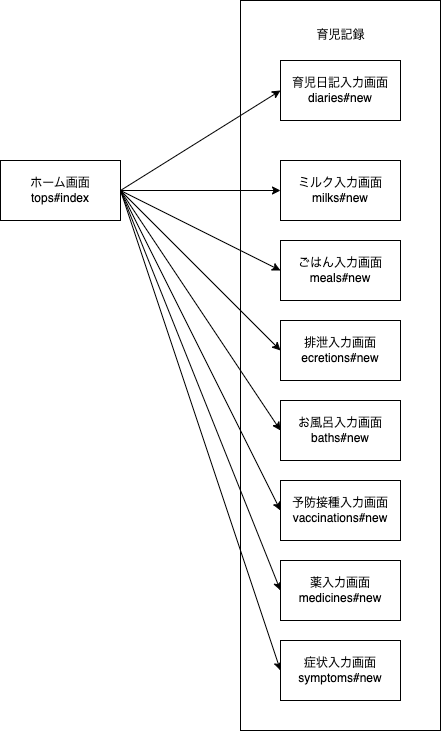
Before: screen_transition_diagram.drawio.png, a diagram exported from draw.io (piroriki/rails_portfolio). Source tidied: cells renumbered, new cells last; positions are measured from the earlier drawing's top-left corner, leaving out a move shared by most shapes. Source of this version:
```xml
<mxGraphModel>
  <root>
    <mxCell id="0" />
    <mxCell id="1" parent="0" />
    <mxCell id="2" style="rounded=0;whiteSpace=wrap;html=1;align=center;" parent="1" vertex="1">
      <mxGeometry x="240" width="200" height="730" as="geometry" />
    </mxCell>
    <mxCell id="3" style="edgeStyle=none;html=1;exitX=1;exitY=0.5;exitDx=0;exitDy=0;entryX=0;entryY=0.5;entryDx=0;entryDy=0;" parent="1" edge="1" source="11" target="19">
      <mxGeometry relative="1" as="geometry" />
    </mxCell>
    <mxCell id="4" style="edgeStyle=none;html=1;exitX=1;exitY=0.5;exitDx=0;exitDy=0;entryX=0;entryY=0.5;entryDx=0;entryDy=0;" parent="1" edge="1" source="11" target="12">
      <mxGeometry relative="1" as="geometry" />
    </mxCell>
    <mxCell id="5" style="edgeStyle=none;html=1;exitX=1;exitY=0.5;exitDx=0;exitDy=0;entryX=0;entryY=0.5;entryDx=0;entryDy=0;" parent="1" edge="1" source="11" target="13">
      <mxGeometry relative="1" as="geometry" />
    </mxCell>
    <mxCell id="6" style="edgeStyle=none;html=1;exitX=1;exitY=0.5;exitDx=0;exitDy=0;entryX=0;entryY=0.5;entryDx=0;entryDy=0;" parent="1" edge="1" source="11" target="14">
      <mxGeometry relative="1" as="geometry" />
    </mxCell>
    <mxCell id="7" style="edgeStyle=none;html=1;exitX=1;exitY=0.5;exitDx=0;exitDy=0;entryX=0;entryY=0.5;entryDx=0;entryDy=0;" parent="1" edge="1" source="11" target="15">
      <mxGeometry relative="1" as="geometry" />
    </mxCell>
    <mxCell id="8" style="edgeStyle=none;html=1;exitX=1;exitY=0.5;exitDx=0;exitDy=0;entryX=0;entryY=0.5;entryDx=0;entryDy=0;" parent="1" edge="1" source="11" target="16">
      <mxGeometry relative="1" as="geometry" />
    </mxCell>
    <mxCell id="9" style="edgeStyle=none;html=1;exitX=1;exitY=0.5;exitDx=0;exitDy=0;entryX=0;entryY=0.5;entryDx=0;entryDy=0;" parent="1" edge="1" source="11" target="17">
      <mxGeometry relative="1" as="geometry" />
    </mxCell>
    <mxCell id="10" style="edgeStyle=none;html=1;exitX=1;exitY=0.5;exitDx=0;exitDy=0;entryX=0;entryY=0.5;entryDx=0;entryDy=0;" parent="1" edge="1" source="11" target="18">
      <mxGeometry relative="1" as="geometry" />
    </mxCell>
    <mxCell id="11" value="ホーム画面&lt;br&gt;tops#index" style="rounded=0;whiteSpace=wrap;html=1;" parent="1" vertex="1">
      <mxGeometry y="160" width="120" height="60" as="geometry" />
    </mxCell>
    <mxCell id="12" value="ミルク入力画面&lt;br&gt;milks#new" style="rounded=0;whiteSpace=wrap;html=1;" parent="1" vertex="1">
      <mxGeometry x="280" y="160" width="120" height="60" as="geometry" />
    </mxCell>
    <mxCell id="13" value="ごはん入力画面&lt;br&gt;meals#new" style="rounded=0;whiteSpace=wrap;html=1;" parent="1" vertex="1">
      <mxGeometry x="280" y="240" width="120" height="60" as="geometry" />
    </mxCell>
    <mxCell id="14" value="排泄入力画面&lt;br&gt;ecretions#new" style="rounded=0;whiteSpace=wrap;html=1;" parent="1" vertex="1">
      <mxGeometry x="280" y="320" width="120" height="60" as="geometry" />
    </mxCell>
    <mxCell id="15" value="お風呂入力画面baths#new" style="rounded=0;whiteSpace=wrap;html=1;" parent="1" vertex="1">
      <mxGeometry x="280" y="400" width="120" height="60" as="geometry" />
    </mxCell>
    <mxCell id="16" value="予防接種入力画面&lt;br&gt;vaccinations#new" style="rounded=0;whiteSpace=wrap;html=1;" parent="1" vertex="1">
      <mxGeometry x="280" y="480" width="120" height="60" as="geometry" />
    </mxCell>
    <mxCell id="17" value="薬入力画面&lt;br&gt;medicines#new" style="rounded=0;whiteSpace=wrap;html=1;" parent="1" vertex="1">
      <mxGeometry x="280" y="560" width="120" height="60" as="geometry" />
    </mxCell>
    <mxCell id="18" value="症状入力画面&lt;br&gt;symptoms#new" style="rounded=0;whiteSpace=wrap;html=1;" parent="1" vertex="1">
      <mxGeometry x="280" y="640" width="120" height="60" as="geometry" />
    </mxCell>
    <mxCell id="19" value="育児日記入力画面&lt;br&gt;diaries#new" style="rounded=0;whiteSpace=wrap;html=1;" parent="1" vertex="1">
      <mxGeometry x="280" y="60" width="120" height="60" as="geometry" />
    </mxCell>
    <mxCell id="20" value="育児記録" style="text;html=1;align=center;verticalAlign=middle;strokeColor=none;fillColor=none;" parent="1" vertex="1">
      <mxGeometry x="305" y="20" width="70" height="30" as="geometry" />
    </mxCell>
  </root>
</mxGraphModel>
```
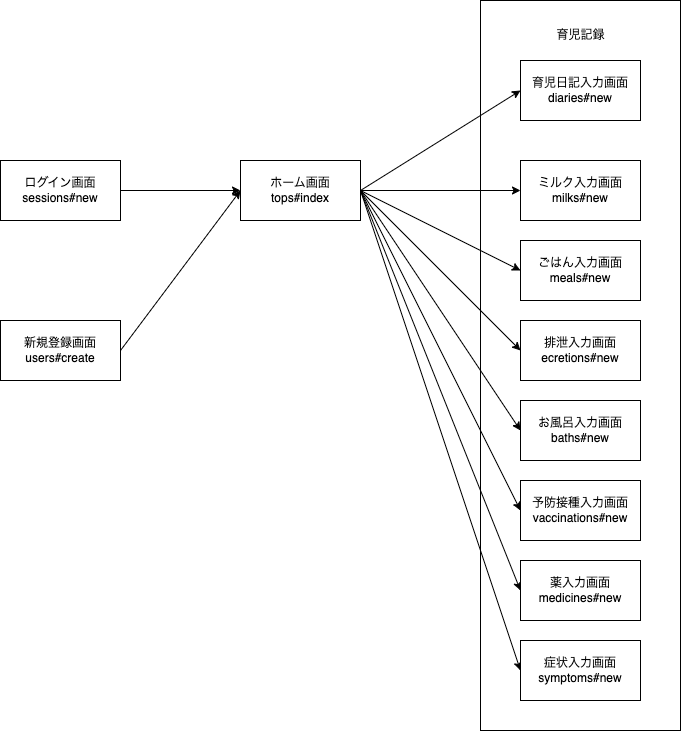
The same file after the commit.

The edit, as a diff of the source:
```diff
@@ -59,5 +59,19 @@
     <mxCell id="20" value="育児記録" style="text;html=1;align=center;verticalAlign=middle;strokeColor=none;fillColor=none;" parent="1" vertex="1">
       <mxGeometry x="305" y="20" width="70" height="30" as="geometry" />
     </mxCell>
+    <mxCell id="21" style="edgeStyle=none;html=1;exitX=1;exitY=0.5;exitDx=0;exitDy=0;entryX=0;entryY=0.5;entryDx=0;entryDy=0;" parent="1" edge="1" source="22" target="11">
+      <mxGeometry relative="1" as="geometry" />
+    </mxCell>
+    <mxCell id="22" value="ログイン画面&lt;br&gt;sessions#new" style="rounded=0;whiteSpace=wrap;html=1;" parent="1" vertex="1">
+      <mxGeometry x="-240" y="160" width="120" height="60" as="geometry" />
+    </mxCell>
+    <mxCell id="23" style="edgeStyle=none;html=1;exitX=1;exitY=0.5;exitDx=0;exitDy=0;" parent="1" edge="1" source="24">
+      <mxGeometry relative="1" as="geometry">
+        <mxPoint y="190" as="targetPoint" />
+      </mxGeometry>
+    </mxCell>
+    <mxCell id="24" value="新規登録画面&lt;br&gt;users#create" style="rounded=0;whiteSpace=wrap;html=1;" parent="1" vertex="1">
+      <mxGeometry x="-240" y="320" width="120" height="60" as="geometry" />
+    </mxCell>
   </root>
 </mxGraphModel>
```
